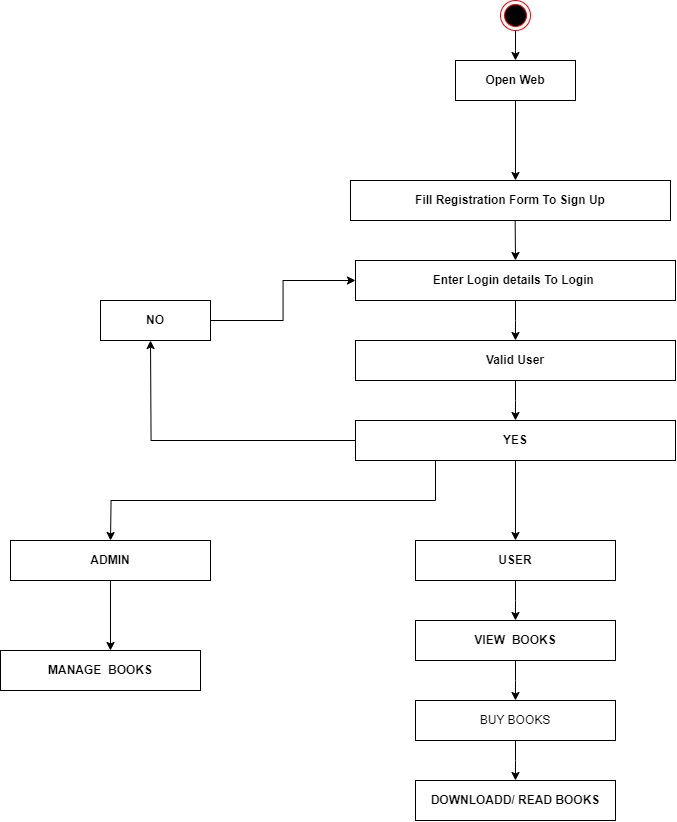
Before: Diagrams/Activity Diagram.png, a diagram exported from draw.io (prathamjc/TY-project). Source tidied: cells renumbered, new cells last; positions are measured from the earlier drawing's top-left corner, leaving out a move shared by most shapes.
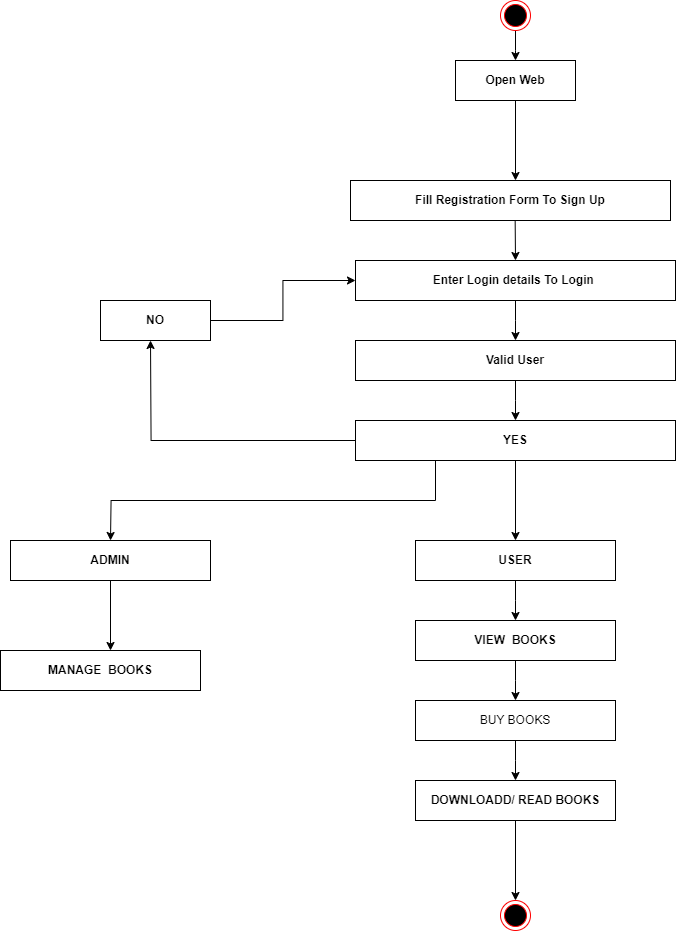
After the change.

Change to the diagram source:
```diff
@@ -95,6 +95,9 @@
     <mxCell id="25" value="BUY BOOKS" style="rounded=0;whiteSpace=wrap;html=1;" parent="1" vertex="1">
       <mxGeometry x="415" y="700" width="200" height="40" as="geometry" />
     </mxCell>
+    <mxCell id="28" style="edgeStyle=orthogonalEdgeStyle;rounded=0;jettySize=auto;html=1;" parent="1" edge="1" source="26" target="29">
+      <mxGeometry relative="1" as="geometry" />
+    </mxCell>
     <mxCell id="26" value="&lt;b&gt;DOWNLOADD/ READ BOOKS&lt;/b&gt;" style="rounded=0;whiteSpace=wrap;html=1;" parent="1" vertex="1">
       <mxGeometry x="415" y="780" width="200" height="40" as="geometry" />
     </mxCell>
@@ -103,5 +106,8 @@
         <mxPoint x="110" y="650" as="targetPoint" />
       </mxGeometry>
     </mxCell>
+    <mxCell id="29" style="ellipse;html=1;shape=endState;fillColor=#000000;strokeColor=#ff0000;" parent="1" vertex="1">
+      <mxGeometry x="500" y="900" width="30" height="30" as="geometry" />
+    </mxCell>
   </root>
 </mxGraphModel>
```
